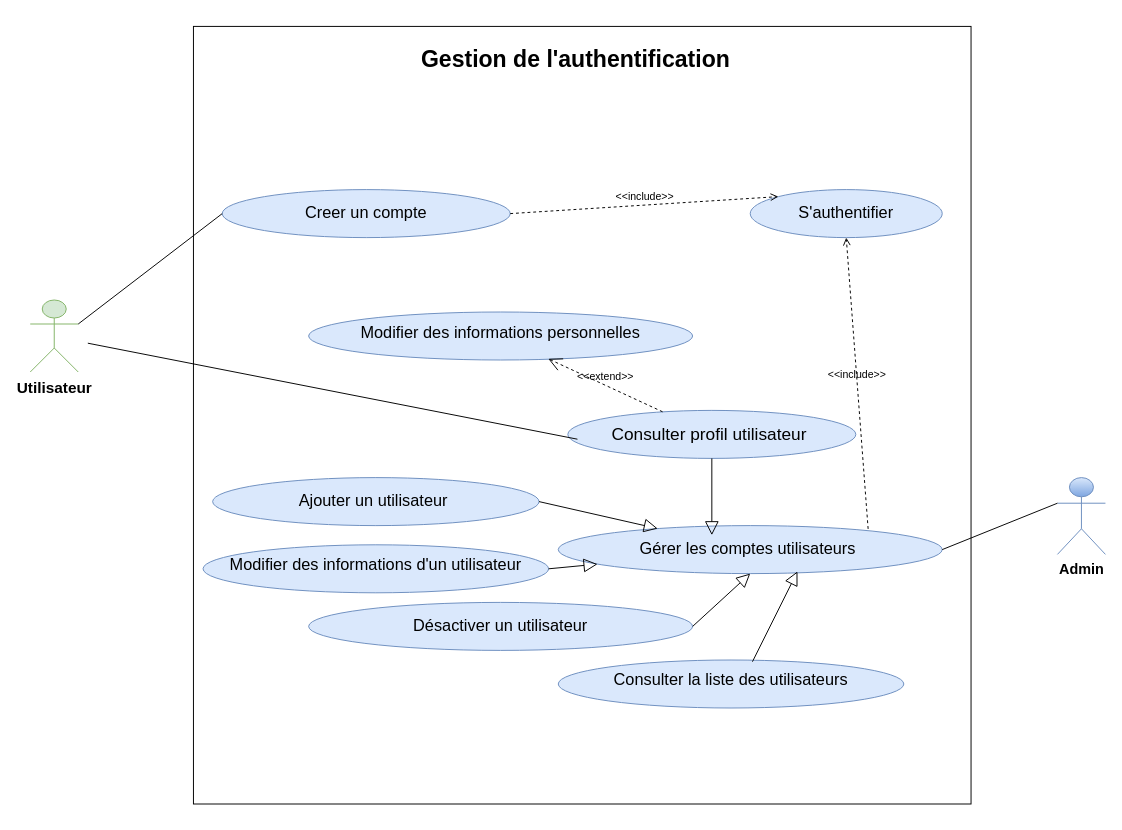
This is Diagramme use case Users.drawio from siwar630/Conception-pfe, a draw.io file, before an edit. Source tidied: cells renumbered, new cells numbered last; positions are measured from the earlier drawing's top-left corner, leaving out a move shared by most shapes. Both pictures are drawn from the tidied source at 96%, with x=0, y=0 at pixel (30, 26).
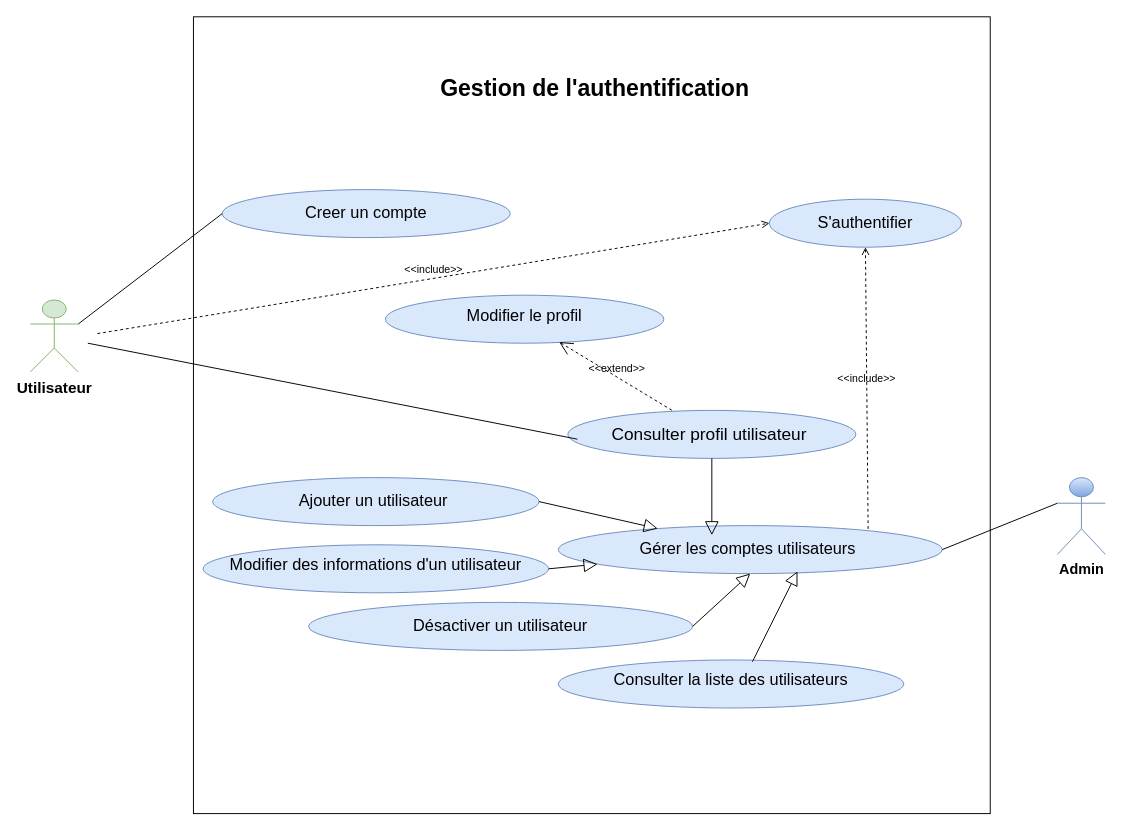
The same diagram, later.

Commit message (it also covers changes not shown here):
Mettre à jour Diagramme use case Users.drawio

Unchanged cells that the change refers to:
```xml
<mxCell id="7" value="&lt;table&gt;&lt;tbody&gt;&lt;tr&gt;&lt;td&gt;&lt;span style=&quot;font-size: 17px;&quot;&gt;Creer un compte&lt;/span&gt;&lt;table&gt;&lt;tbody&gt;&lt;tr&gt;&lt;/tr&gt;&lt;/tbody&gt;&lt;/table&gt;&lt;/td&gt;&lt;/tr&gt;&lt;/tbody&gt;&lt;/table&gt;" style="ellipse;whiteSpace=wrap;html=1;fillColor=#dae8fc;strokeColor=#6c8ebf;" parent="1" vertex="1">
  <mxGeometry x="200" y="170" width="300" height="50" as="geometry" />
</mxCell>
```

The edit, as a diff of the source:
```diff
@@
     <mxCell id="4" style="whiteSpace=wrap;html=1;" parent="1" vertex="1">
-      <mxGeometry x="170" width="810" height="810" as="geometry" />
+      <mxGeometry x="170" y="-10" width="830" height="830" as="geometry" />
     </mxCell>
     <mxCell id="5" value="&lt;b&gt;&lt;font style=&quot;font-size: 24px;&quot;&gt;&amp;nbsp;Gestion de l'authentification&lt;/font&gt;&lt;/b&gt;" style="text;html=1;align=center;verticalAlign=middle;whiteSpace=wrap;rounded=0;" parent="1" vertex="1">
-      <mxGeometry x="370" y="20" width="390" height="30" as="geometry" />
+      <mxGeometry x="390" y="50" width="390" height="30" as="geometry" />
     </mxCell>
     <mxCell id="6" value="&lt;table&gt;&lt;tbody&gt;&lt;tr&gt;&lt;td&gt;&lt;span style=&quot;font-size: 17px;&quot;&gt;S'authentifier&lt;/span&gt;&lt;table&gt;&lt;tbody&gt;&lt;tr&gt;&lt;/tr&gt;&lt;/tbody&gt;&lt;/table&gt;&lt;/td&gt;&lt;/tr&gt;&lt;/tbody&gt;&lt;/table&gt;" style="ellipse;whiteSpace=wrap;html=1;fillColor=#dae8fc;strokeColor=#6c8ebf;" parent="1" vertex="1">
-      <mxGeometry x="750" y="170" width="200" height="50" as="geometry" />
+      <mxGeometry x="770" y="180" width="200" height="50" as="geometry" />
     </mxCell>
@@
-    <mxCell id="11" value="&lt;table&gt;&lt;tbody&gt;&lt;tr&gt;&lt;td&gt;&lt;font style=&quot;font-size: 17px;&quot;&gt;Modifier des informations personnelles&lt;/font&gt;&lt;/td&gt;&lt;/tr&gt;&lt;/tbody&gt;&lt;/table&gt;&lt;table&gt;&lt;tbody&gt;&lt;tr&gt;&lt;td&gt;&lt;/td&gt;&lt;/tr&gt;&lt;/tbody&gt;&lt;/table&gt;" style="ellipse;whiteSpace=wrap;html=1;fillColor=#dae8fc;strokeColor=#6c8ebf;" parent="1" vertex="1">
-      <mxGeometry x="290" y="297.5" width="400" height="50" as="geometry" />
+    <mxCell id="11" value="&lt;table&gt;&lt;tbody&gt;&lt;tr&gt;&lt;td&gt;&lt;font style=&quot;font-size: 17px;&quot;&gt;Modifier le profil&lt;/font&gt;&lt;/td&gt;&lt;/tr&gt;&lt;/tbody&gt;&lt;/table&gt;&lt;table&gt;&lt;tbody&gt;&lt;tr&gt;&lt;td&gt;&lt;/td&gt;&lt;/tr&gt;&lt;/tbody&gt;&lt;/table&gt;" style="ellipse;whiteSpace=wrap;html=1;fillColor=#dae8fc;strokeColor=#6c8ebf;" parent="1" vertex="1">
+      <mxGeometry x="370" y="280" width="290" height="50" as="geometry" />
     </mxCell>
@@
-    <mxCell id="18" value="&amp;lt;&amp;lt;include&amp;gt;&amp;gt;" style="edgeStyle=none;html=1;endArrow=open;verticalAlign=bottom;dashed=1;labelBackgroundColor=none;rounded=0;exitX=1;exitY=0.5;exitDx=0;exitDy=0;entryX=0;entryY=0;entryDx=0;entryDy=0;" parent="1" edge="1" source="7" target="6">
-      <mxGeometry relative="1" as="geometry" />
-    </mxCell>
@@
+    <mxCell id="18" value="&amp;lt;&amp;lt;include&amp;gt;&amp;gt;" style="edgeStyle=none;html=1;endArrow=open;verticalAlign=bottom;dashed=1;labelBackgroundColor=none;rounded=0;entryX=0;entryY=0.5;entryDx=0;entryDy=0;" parent="1" edge="1" target="6">
+      <mxGeometry relative="1" as="geometry">
+        <mxPoint x="70" y="320" as="sourcePoint" />
+      </mxGeometry>
+    </mxCell>
```
